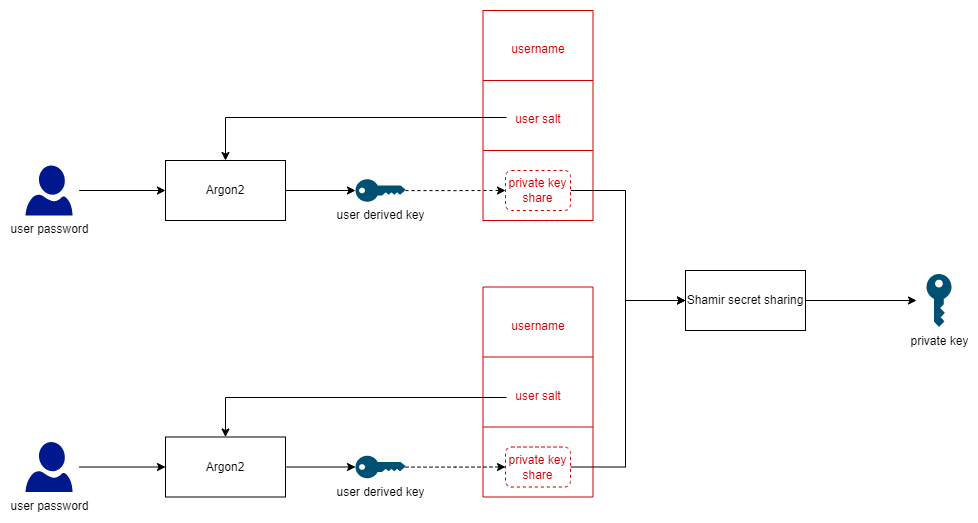
The draw.io diagram readme-images/Private key retrieving.drawio.png in damienmaier/encrypted-vault, before a commit. Source tidied: cells renumbered, new cells last; positions are measured from the earlier drawing's top-left corner, leaving out a move shared by most shapes.
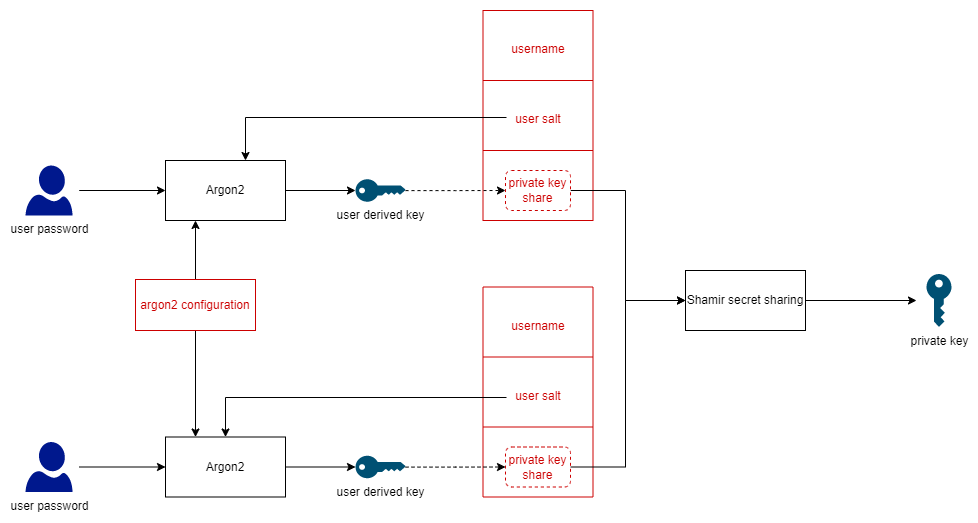
After the commit.

What changed in the source:
```diff
@@ -126,10 +126,24 @@
         <mxPoint x="481" y="387" as="sourcePoint" />
       </mxGeometry>
     </mxCell>
-    <mxCell id="36" style="edgeStyle=orthogonalEdgeStyle;rounded=0;jettySize=auto;html=1;entryX=0.5;entryY=0;entryDx=0;entryDy=0;fontSize=12;" parent="1" edge="1" target="11">
+    <mxCell id="36" style="edgeStyle=orthogonalEdgeStyle;rounded=0;orthogonalLoop=1;jettySize=auto;html=1;fontSize=12;" parent="1" edge="1">
       <mxGeometry relative="1" as="geometry">
         <mxPoint x="481" y="107" as="sourcePoint" />
+        <mxPoint x="220" y="150" as="targetPoint" />
+        <Array as="points">
+          <mxPoint x="220" y="107" />
+          <mxPoint x="220" y="150" />
+        </Array>
       </mxGeometry>
     </mxCell>
+    <mxCell id="37" style="edgeStyle=orthogonalEdgeStyle;rounded=0;jettySize=auto;html=1;entryX=0.25;entryY=1;entryDx=0;entryDy=0;" parent="1" edge="1" source="39" target="11">
+      <mxGeometry relative="1" as="geometry" />
+    </mxCell>
+    <mxCell id="38" style="edgeStyle=orthogonalEdgeStyle;rounded=0;jettySize=auto;html=1;entryX=0.25;entryY=0;entryDx=0;entryDy=0;" parent="1" edge="1" source="39" target="29">
+      <mxGeometry relative="1" as="geometry" />
+    </mxCell>
+    <mxCell id="39" value="&lt;font color=&quot;#cc0000&quot;&gt;argon2 configuration&lt;/font&gt;" style="rounded=0;whiteSpace=wrap;html=1;strokeColor=#CC0000;" parent="1" vertex="1">
+      <mxGeometry x="110" y="269" width="120" height="51" as="geometry" />
+    </mxCell>
   </root>
 </mxGraphModel>
```
